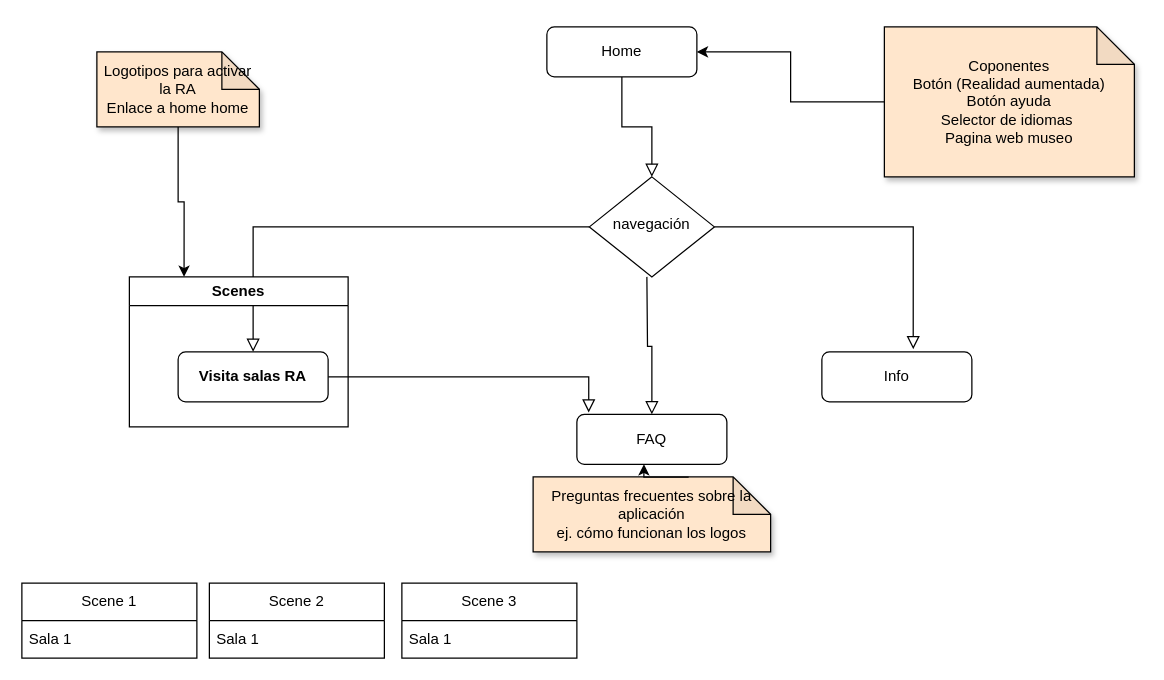
The draw.io diagram appventurers-application-diagram.drawio in webferrol/appventurers-doc, before the edit. Source tidied: cells renumbered, new cells numbered last; positions are measured from the earlier drawing's top-left corner, leaving out a move shared by most shapes. Both pictures are drawn from the tidied source at 125%, with x=0, y=0 at pixel (21, 26).
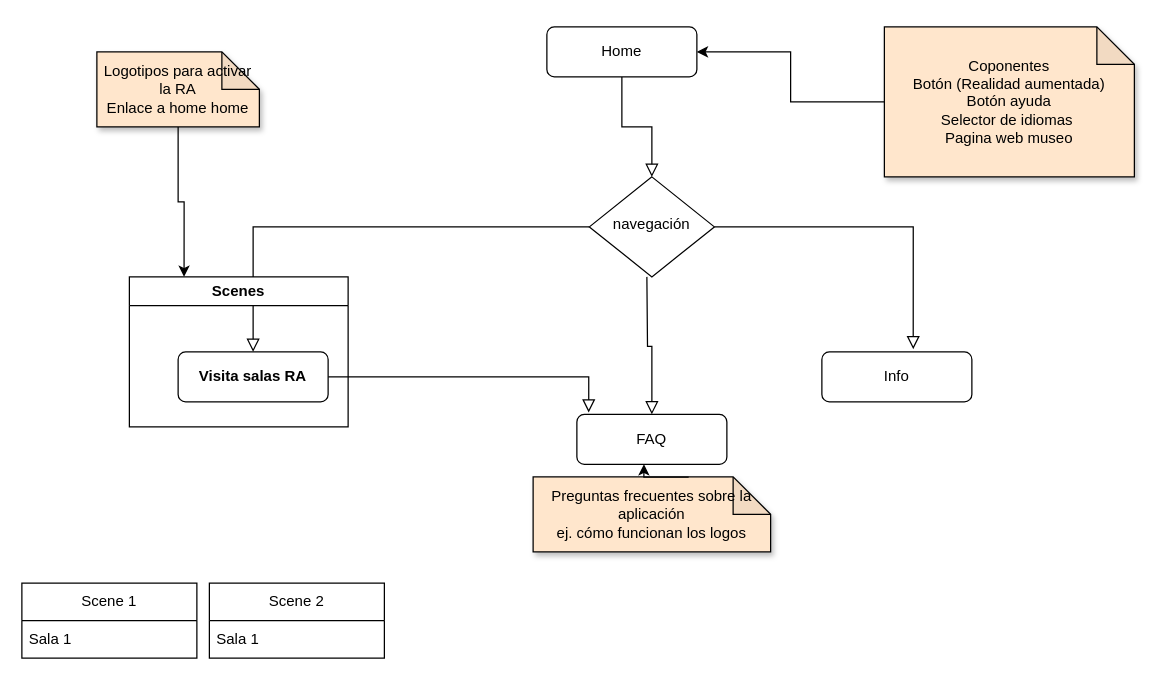
The same diagram, later.

The edit, as a diff of the source:
```diff
@@
-    <mxCell id="23" value="Scene 3" style="swimlane;fontStyle=0;horizontal=1;startSize=30;whiteSpace=wrap;html=1;" parent="1" vertex="1">
-      <mxGeometry x="304" y="445" width="140" height="60" as="geometry" />
-    </mxCell>
-    <mxCell id="24" value="Sala 1" style="text;strokeColor=none;fillColor=none;align=left;verticalAlign=middle;spacingLeft=4;spacingRight=4;overflow=hidden;whiteSpace=wrap;html=1;" parent="23" vertex="1">
-      <mxGeometry y="30" width="140" height="30" as="geometry" />
-    </mxCell>
```
